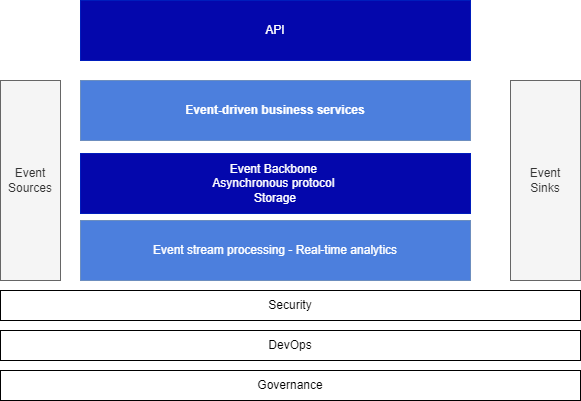
The draw.io diagram docs/concepts/diagrams/eda-hl.drawio.png in jbcodeforce/eda-studies, before a commit. Source tidied: cells renumbered, new cells last; positions are measured from the earlier drawing's top-left corner, leaving out a move shared by most shapes.
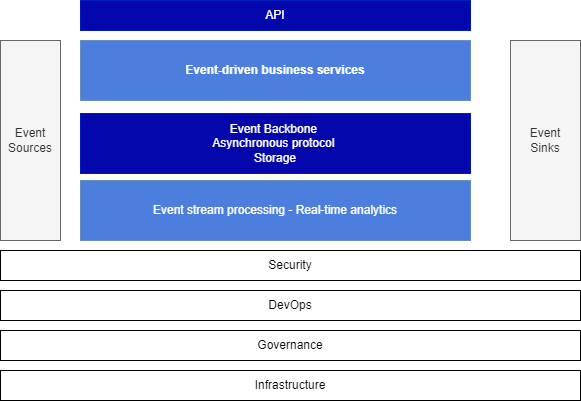
Later version of the same file.

What changed in the source:
```diff
@@ -3,7 +3,7 @@
     <mxCell id="0" />
     <mxCell id="1" parent="0" />
     <mxCell id="2" value="API" style="rounded=0;whiteSpace=wrap;html=1;fillColor=#0407ac;strokeColor=#001DBC;fontColor=#ffffff;" parent="1" vertex="1">
-      <mxGeometry x="80" width="390" height="60" as="geometry" />
+      <mxGeometry x="80" y="40" width="390" height="30" as="geometry" />
     </mxCell>
     <mxCell id="3" value="Event Backbone&amp;nbsp;&lt;br&gt;Asynchronous protocol&amp;nbsp;&lt;br&gt;Storage" style="rounded=0;whiteSpace=wrap;html=1;fillColor=#0407AC;strokeColor=#001DBC;fontColor=#ffffff;" parent="1" vertex="1">
       <mxGeometry x="80" y="153" width="390" height="60" as="geometry" />
@@ -29,5 +29,8 @@
     <mxCell id="10" value="Governance" style="rounded=0;whiteSpace=wrap;html=1;" parent="1" vertex="1">
       <mxGeometry y="370" width="580" height="30" as="geometry" />
     </mxCell>
+    <mxCell id="11" value="Infrastructure" style="rounded=0;whiteSpace=wrap;html=1;" parent="1" vertex="1">
+      <mxGeometry y="410" width="580" height="30" as="geometry" />
+    </mxCell>
   </root>
 </mxGraphModel>
```
